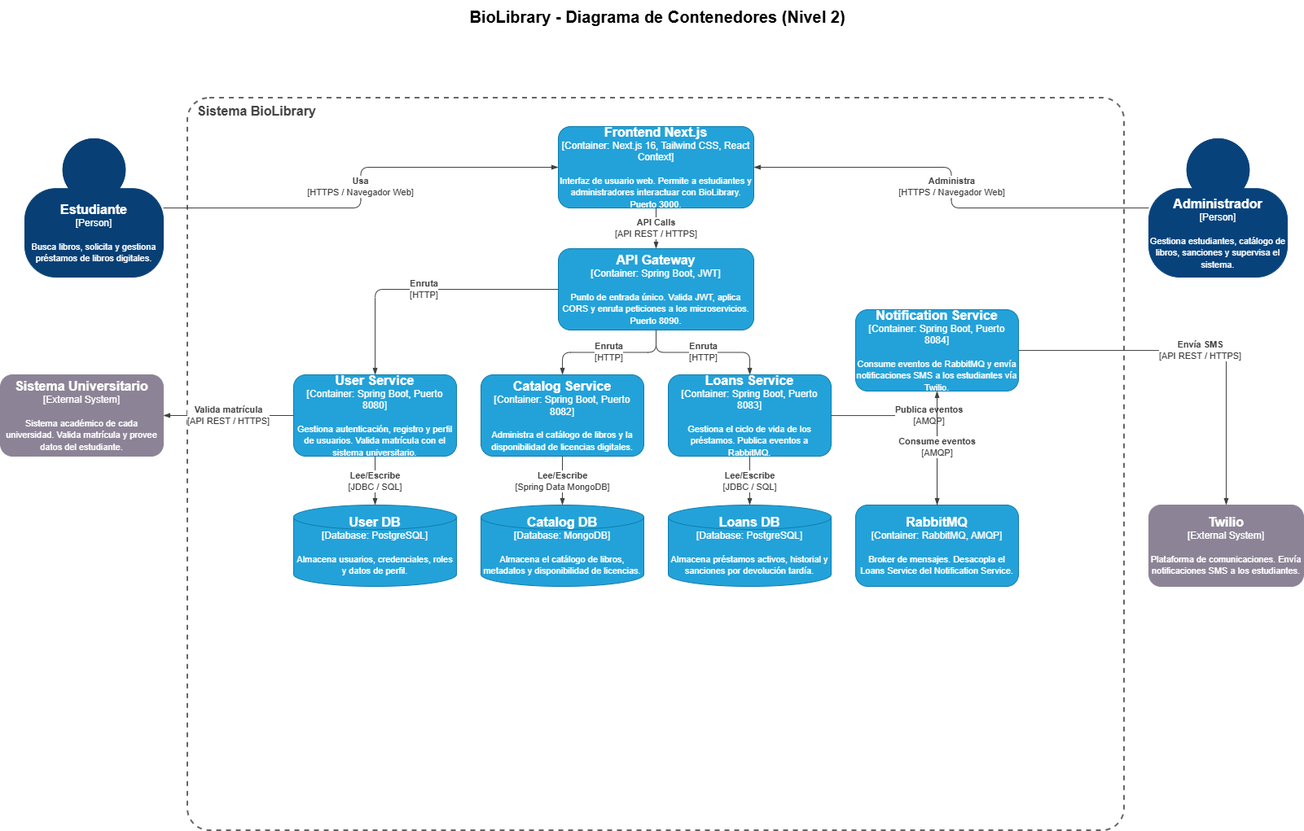
Before: docs/assets/BioLibrary-C4-Nivel2.drawio.png, a diagram exported from draw.io (SaraBermudez4/bio-library-frontend). Source tidied: cells renumbered, new cells last; positions are measured from the earlier drawing's top-left corner, leaving out a move shared by most shapes.
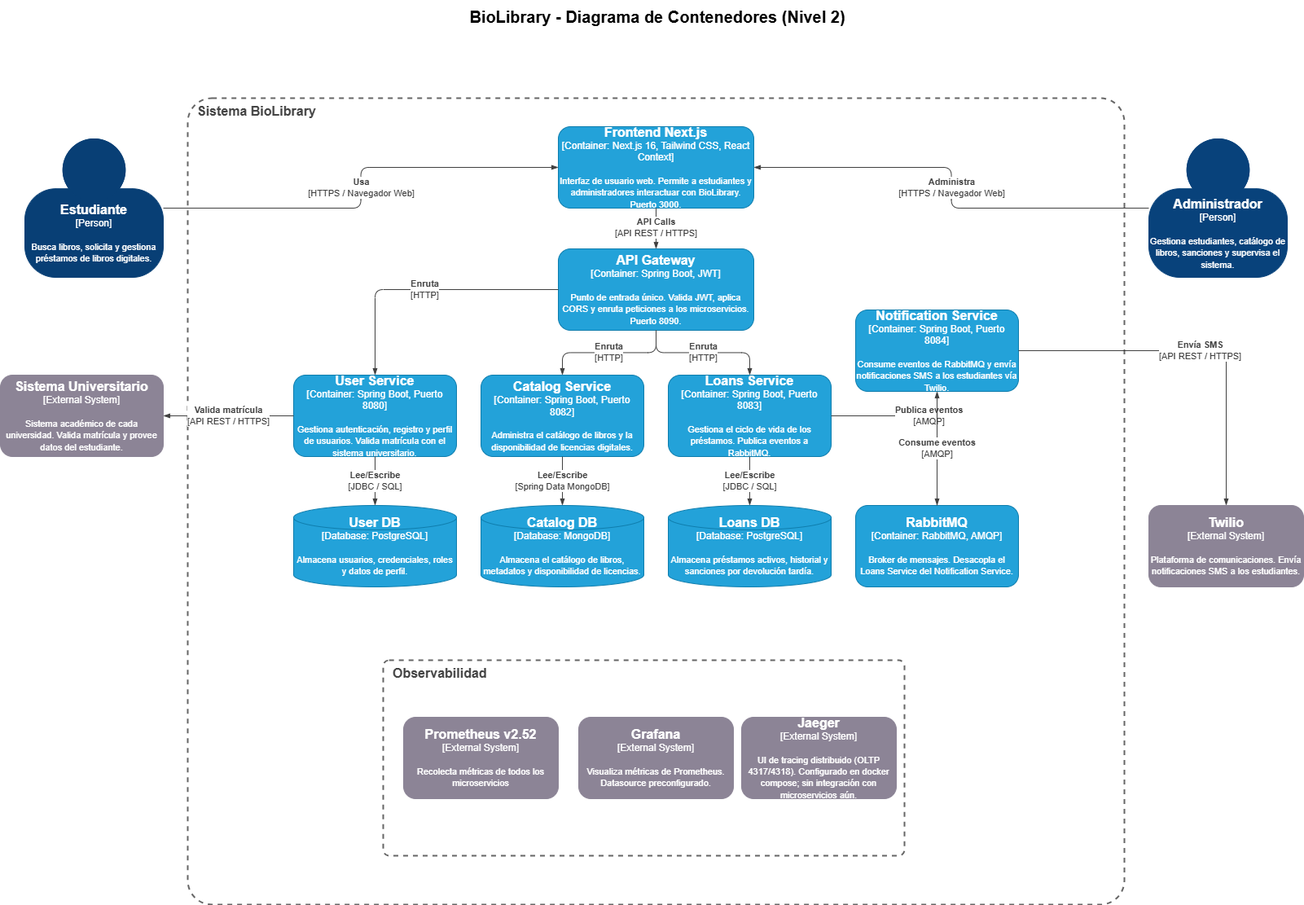
The same file after the commit.

The edit, as a diff of the source:
```diff
@@ -6,7 +6,7 @@
       <mxGeometry x="207" width="1200" height="40" as="geometry" />
     </mxCell>
     <mxCell id="3" value="Sistema BioLibrary" style="rounded=1;arcSize=3;dashed=1;fillColor=none;strokeColor=#666666;fontColor=#444444;strokeWidth=2;verticalAlign=top;fontSize=16;fontStyle=1;align=left;spacingLeft=10;" parent="1" vertex="1">
-      <mxGeometry x="230" y="120" width="1150" height="900" as="geometry" />
+      <mxGeometry x="230" y="120" width="1150" height="990" as="geometry" />
     </mxCell>
     <object id="4" label="&lt;font style=&quot;font-size: 16px&quot;&gt;&lt;b&gt;%c4Name%&lt;/b&gt;&lt;/font&gt;&lt;div&gt;[%c4Type%]&lt;/div&gt;&lt;br&gt;&lt;div&gt;&lt;font style=&quot;font-size: 11px&quot;&gt;%c4Description%&lt;/font&gt;&lt;/div&gt;" c4Description="Busca libros, solicita y gestiona préstamos de libros digitales." c4Name="Estudiante" c4Type="Person" placeholders="1">
       <mxCell style="shape=mxgraph.c4.person2;whiteSpace=wrap;html=1;fillColor=#083F75;fontColor=#ffffff;strokeColor=#083F75;" parent="1" vertex="1">
@@ -143,5 +143,23 @@
         <mxGeometry relative="1" as="geometry" />
       </mxCell>
     </object>
+    <mxCell id="31" value="Observabilidad" style="rounded=1;arcSize=3;dashed=1;fillColor=none;strokeColor=#666666;fontColor=#444444;strokeWidth=2;verticalAlign=top;fontSize=16;fontStyle=1;align=left;spacingLeft=10;" parent="1" vertex="1">
+      <mxGeometry x="470" y="810" width="640" height="240" as="geometry" />
+    </mxCell>
+    <object id="32" label="&lt;font style=&quot;font-size: 16px&quot;&gt;&lt;b&gt;%c4Name%&lt;/b&gt;&lt;/font&gt;&lt;div&gt;[%c4Type%]&lt;/div&gt;&lt;br&gt;&lt;div&gt;&lt;font style=&quot;font-size: 11px&quot;&gt;%c4Description%&lt;/font&gt;&lt;/div&gt;" c4Description="Recolecta métricas de todos los microservicios" c4Name="Prometheus v2.52" c4Type="External System" placeholders="1">
+      <mxCell style="rounded=1;whiteSpace=wrap;html=1;fillColor=#8C8496;fontColor=#ffffff;strokeColor=#8C8496;" parent="1" vertex="1">
+        <mxGeometry x="495" y="880" width="190" height="100" as="geometry" />
+      </mxCell>
+    </object>
+    <object id="33" label="&lt;font style=&quot;font-size: 16px&quot;&gt;&lt;b&gt;%c4Name%&lt;/b&gt;&lt;/font&gt;&lt;div&gt;[%c4Type%]&lt;/div&gt;&lt;br&gt;&lt;div&gt;&lt;font style=&quot;font-size: 11px&quot;&gt;%c4Description%&lt;/font&gt;&lt;/div&gt;" c4Description="Visualiza métricas de Prometheus. Datasource preconfigurado." c4Name="Grafana" c4Type="External System" placeholders="1">
+      <mxCell style="rounded=1;whiteSpace=wrap;html=1;fillColor=#8C8496;fontColor=#ffffff;strokeColor=#8C8496;" parent="1" vertex="1">
+        <mxGeometry x="710" y="880" width="190" height="100" as="geometry" />
+      </mxCell>
+    </object>
+    <object id="34" label="&lt;font style=&quot;font-size: 16px&quot;&gt;&lt;b&gt;%c4Name%&lt;/b&gt;&lt;/font&gt;&lt;div&gt;[%c4Type%]&lt;/div&gt;&lt;br&gt;&lt;div&gt;&lt;font style=&quot;font-size: 11px&quot;&gt;%c4Description%&lt;/font&gt;&lt;/div&gt;" c4Description="UI de tracing distribuido (OLTP 4317/4318). Configurado en docker compose; sin integración con microservicios aún." c4Name="Jaeger" c4Type="External System" placeholders="1">
+      <mxCell style="rounded=1;whiteSpace=wrap;html=1;fillColor=#8C8496;fontColor=#ffffff;strokeColor=#8C8496;" parent="1" vertex="1">
+        <mxGeometry x="910" y="880" width="190" height="100" as="geometry" />
+      </mxCell>
+    </object>
   </root>
 </mxGraphModel>
```
